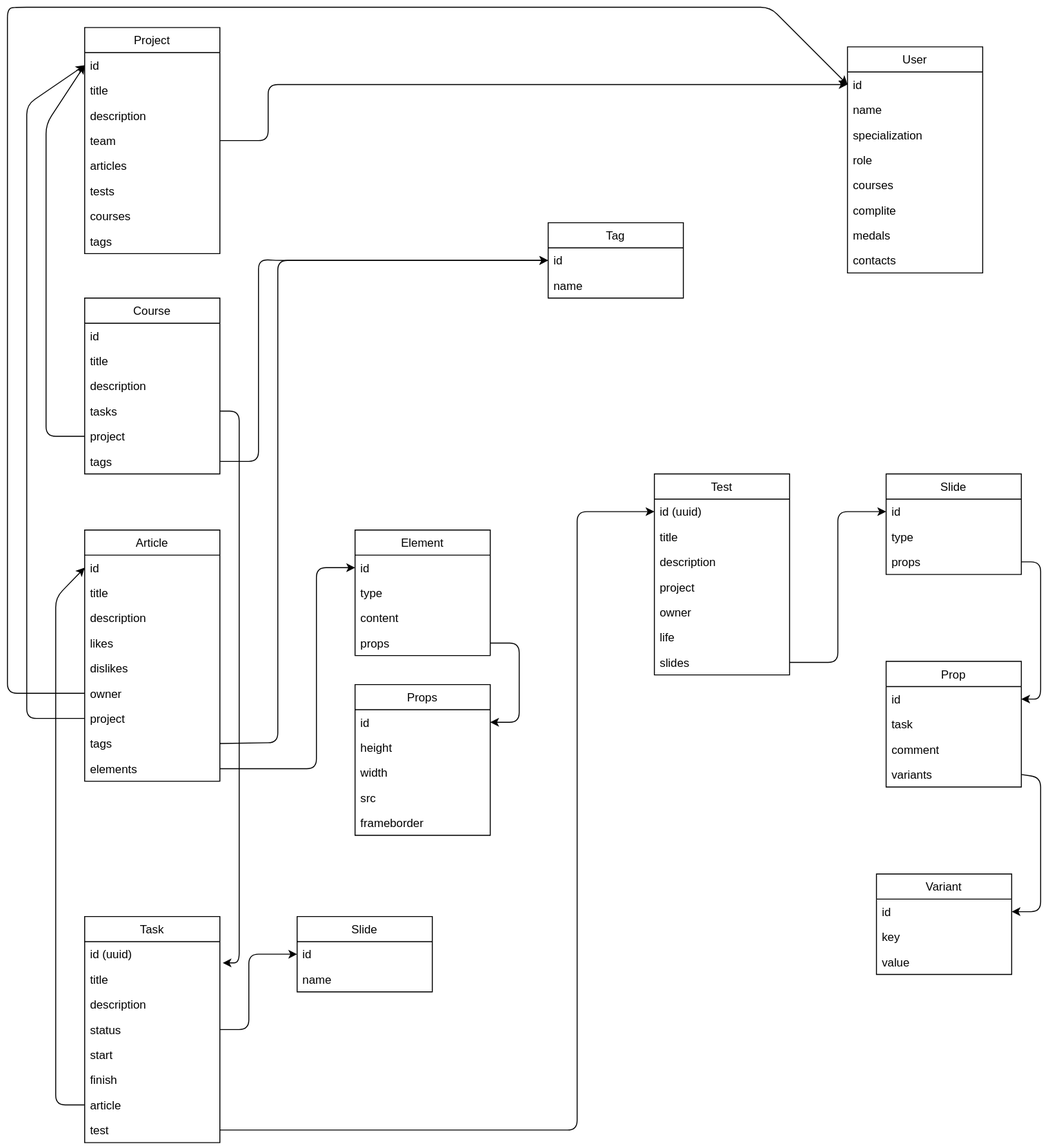
Above: api/scheme/sql.drawio.svg in chepuhasasha/wika (draw.io), before the change. Source tidied: cells renumbered, new cells last; positions are measured from the earlier drawing's top-left corner, leaving out a move shared by most shapes.
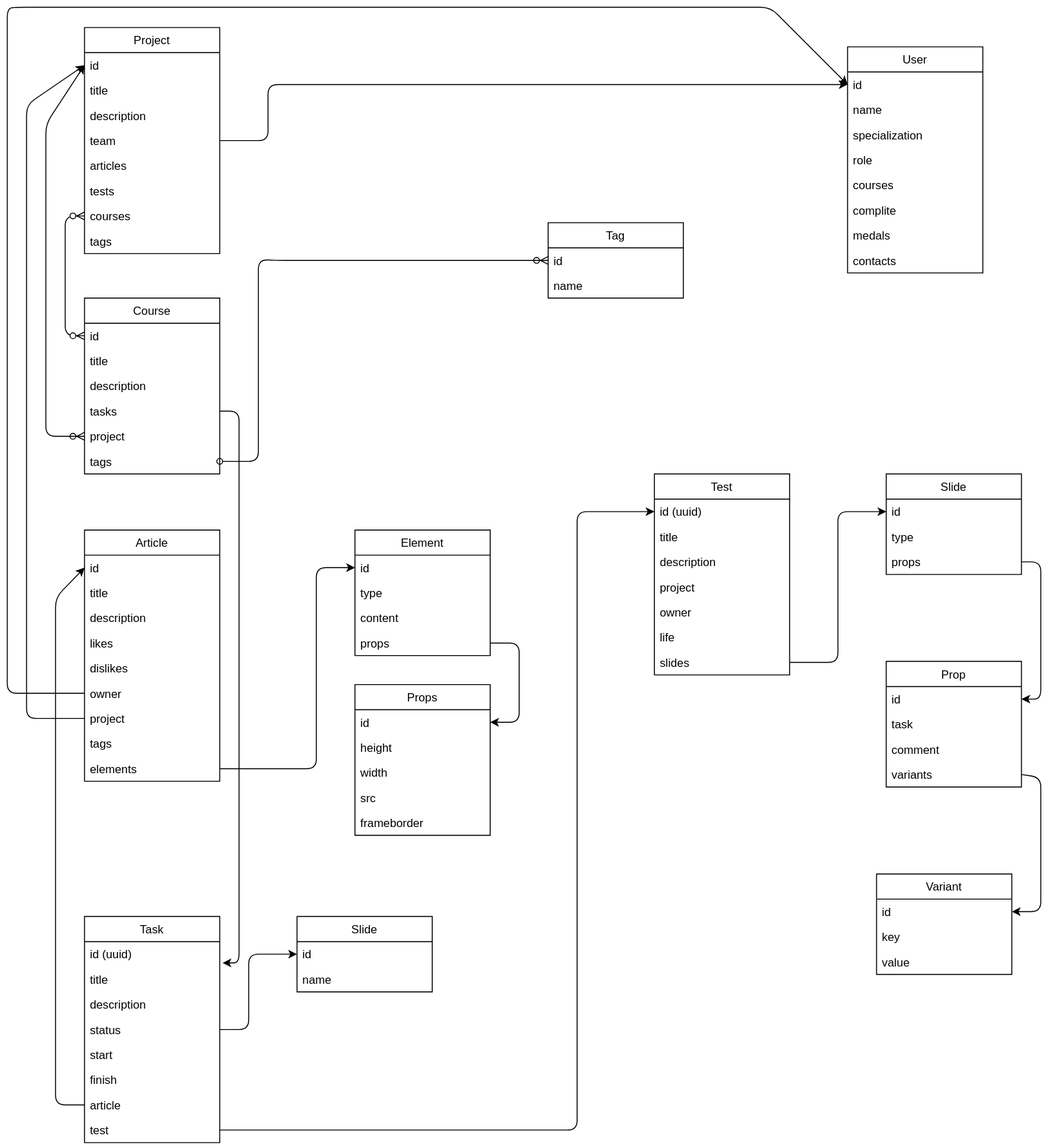
Later version of the same file.

Change to the diagram source:
```diff
@@ -131,7 +131,7 @@
     <mxCell id="42" value="name" style="text;strokeColor=none;fillColor=none;align=left;verticalAlign=top;spacingLeft=4;spacingRight=4;overflow=hidden;" parent="40" vertex="1">
       <mxGeometry y="52" width="140" height="26" as="geometry" />
     </mxCell>
-    <mxCell id="43" style="edgeStyle=none;html=1;entryX=0;entryY=0.5;entryDx=0;entryDy=0;exitX=1;exitY=0.5;exitDx=0;exitDy=0;" parent="1" edge="1" source="39" target="41">
+    <mxCell id="43" style="edgeStyle=none;html=1;entryX=0;entryY=0.5;entryDx=0;entryDy=0;exitX=1;exitY=0.5;exitDx=0;exitDy=0;startArrow=oval;startFill=0;endArrow=ERzeroToMany;endFill=0;" parent="1" edge="1" source="39" target="41">
       <mxGeometry relative="1" as="geometry">
         <Array as="points">
           <mxPoint x="260" y="470" />
@@ -140,15 +140,6 @@
         </Array>
       </mxGeometry>
     </mxCell>
-    <mxCell id="44" style="edgeStyle=none;html=1;entryX=0;entryY=0.5;entryDx=0;entryDy=0;exitX=1;exitY=0.5;exitDx=0;exitDy=0;" parent="1" edge="1" source="19" target="41">
-      <mxGeometry relative="1" as="geometry">
-        <Array as="points">
-          <mxPoint x="280" y="761" />
-          <mxPoint x="280" y="262" />
-          <mxPoint x="300" y="262" />
-        </Array>
-      </mxGeometry>
-    </mxCell>
     <mxCell id="45" value="Project" style="swimlane;fontStyle=0;horizontal=1;startSize=26;" parent="1" vertex="1">
       <mxGeometry x="80" y="21" width="140" height="234" as="geometry" />
     </mxCell>
@@ -317,7 +308,7 @@
         </Array>
       </mxGeometry>
     </mxCell>
-    <mxCell id="92" style="edgeStyle=none;html=1;entryX=0;entryY=0.5;entryDx=0;entryDy=0;exitX=0;exitY=0.5;exitDx=0;exitDy=0;" parent="1" edge="1" source="38" target="46">
+    <mxCell id="92" style="edgeStyle=none;html=1;entryX=0;entryY=0.5;entryDx=0;entryDy=0;exitX=0;exitY=0.5;exitDx=0;exitDy=0;startArrow=ERzeroToMany;startFill=0;" parent="1" edge="1" source="38" target="46">
       <mxGeometry relative="1" as="geometry">
         <Array as="points">
           <mxPoint x="40" y="444" />
@@ -374,5 +365,13 @@
         </Array>
       </mxGeometry>
     </mxCell>
+    <mxCell id="99" style="edgeStyle=none;html=1;entryX=0;entryY=0.5;entryDx=0;entryDy=0;exitX=0;exitY=0.5;exitDx=0;exitDy=0;startArrow=ERzeroToMany;startFill=1;endArrow=ERzeroToMany;endFill=1;" parent="1" edge="1" source="52" target="34">
+      <mxGeometry relative="1" as="geometry">
+        <Array as="points">
+          <mxPoint x="60" y="216" />
+          <mxPoint x="60" y="340" />
+        </Array>
+      </mxGeometry>
+    </mxCell>
   </root>
 </mxGraphModel>
```
